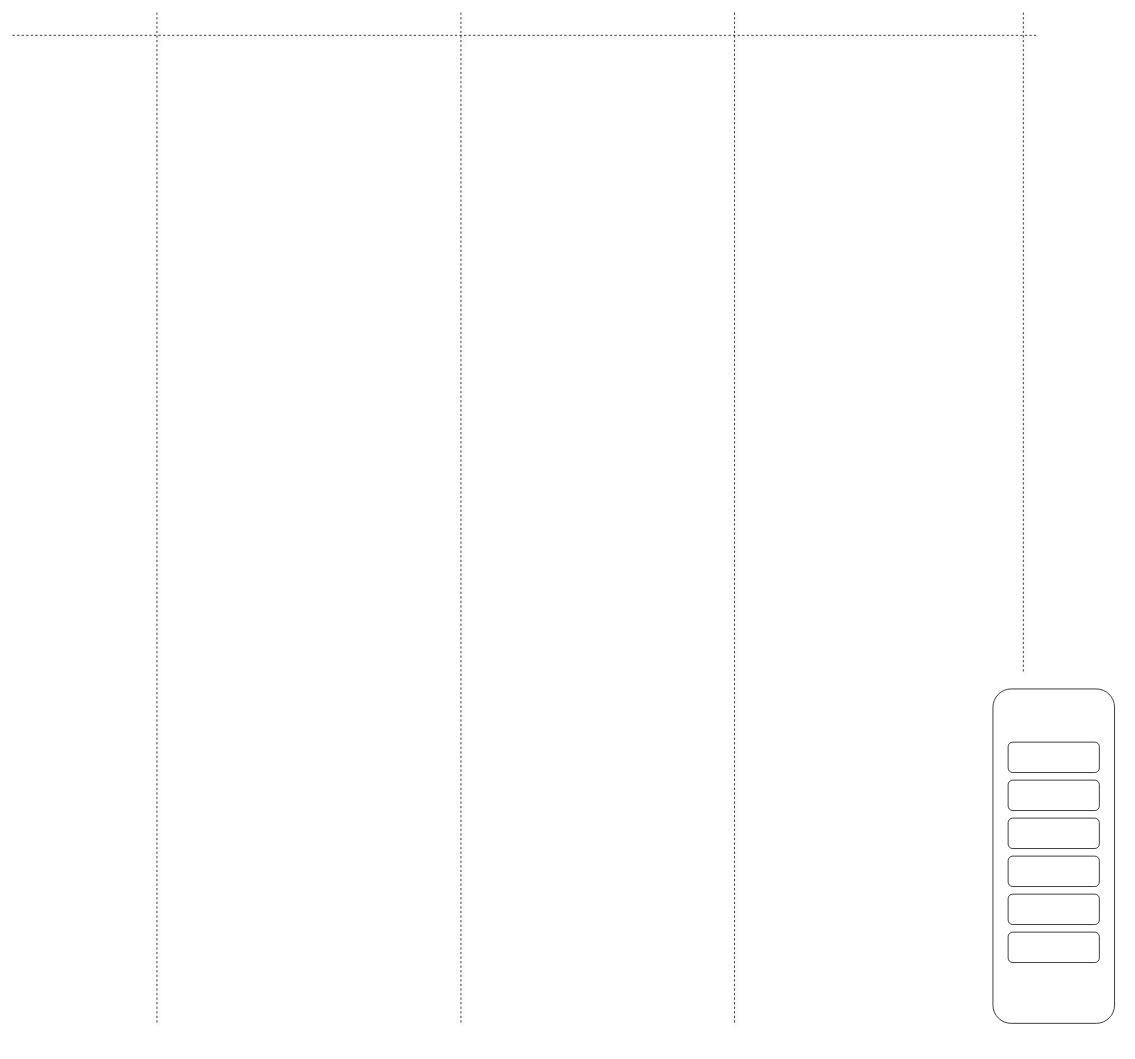
The draw.io diagram Template/Template.drawio in MahtraDR/dr-spell-trees, before the edit. Source tidied: cells renumbered, new cells numbered last; positions are measured from the earlier drawing's top-left corner, leaving out a move shared by most shapes. Both pictures are drawn from the tidied source at 76%, with x=0, y=0 at pixel (12, 12).
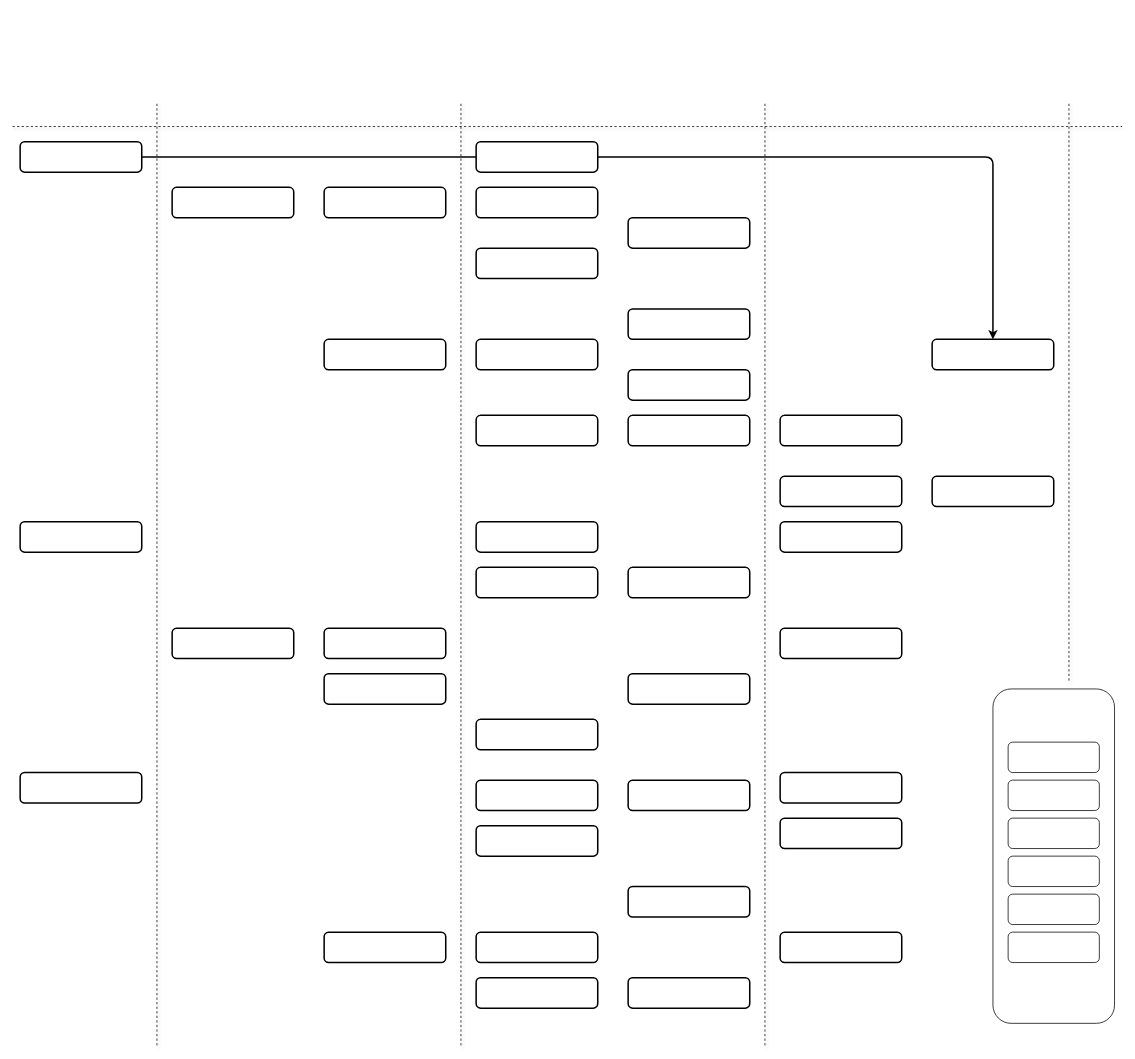
The same diagram, later.

The edit, as a diff of the source:
```diff
@@
     <mxCell id="2" style="html=1;rounded=0;strokeWidth=1;endArrow=none;endFill=0;dashed=1;labelBackgroundColor=none;shadow=1;fontColor=default;" parent="1" edge="1">
       <mxGeometry relative="1" as="geometry">
-        <mxPoint x="190" as="sourcePoint" />
-        <mxPoint x="190" y="1330" as="targetPoint" />
+        <mxPoint x="190" y="120" as="sourcePoint" />
+        <mxPoint x="190" y="1360" as="targetPoint" />
       </mxGeometry>
     </mxCell>
     <mxCell id="3" style="html=1;rounded=0;strokeWidth=1;endArrow=none;endFill=0;dashed=1;exitX=0.633;exitY=0;exitDx=0;exitDy=0;exitPerimeter=0;labelBackgroundColor=none;shadow=1;fontColor=default;" parent="1" edge="1">
       <mxGeometry relative="1" as="geometry">
-        <mxPoint x="950" as="sourcePoint" />
-        <mxPoint x="950" y="1330" as="targetPoint" />
+        <mxPoint x="990" y="120" as="sourcePoint" />
+        <mxPoint x="990" y="1360" as="targetPoint" />
       </mxGeometry>
     </mxCell>
     <mxCell id="4" style="html=1;rounded=0;strokeWidth=1;endArrow=none;endFill=0;dashed=1;labelBackgroundColor=none;shadow=1;fontColor=default;" parent="1" edge="1">
       <mxGeometry relative="1" as="geometry">
-        <mxPoint y="30" as="sourcePoint" />
-        <mxPoint x="1350" y="30" as="targetPoint" />
+        <mxPoint y="150" as="sourcePoint" />
+        <mxPoint x="1460" y="150" as="targetPoint" />
       </mxGeometry>
     </mxCell>
     <mxCell id="5" style="html=1;rounded=0;strokeWidth=1;endArrow=none;endFill=0;dashed=1;exitX=0.633;exitY=0;exitDx=0;exitDy=0;exitPerimeter=0;labelBackgroundColor=none;shadow=1;fontColor=default;" parent="1" edge="1">
       <mxGeometry relative="1" as="geometry">
-        <mxPoint x="1330" as="sourcePoint" />
-        <mxPoint x="1330" y="870" as="targetPoint" />
+        <mxPoint x="1390" y="120" as="sourcePoint" />
+        <mxPoint x="1390" y="880" as="targetPoint" />
       </mxGeometry>
     </mxCell>
     <mxCell id="6" style="html=1;rounded=0;strokeWidth=1;endArrow=none;endFill=0;dashed=1;labelBackgroundColor=none;shadow=1;fontColor=default;" parent="1" edge="1">
       <mxGeometry relative="1" as="geometry">
-        <mxPoint x="590" as="sourcePoint" />
-        <mxPoint x="590" y="1330" as="targetPoint" />
+        <mxPoint x="590" y="120" as="sourcePoint" />
+        <mxPoint x="590" y="1360" as="targetPoint" />
       </mxGeometry>
     </mxCell>
@@
+    <mxCell id="14" parent="0" />
+    <mxCell id="15" style="rounded=1;whiteSpace=wrap;html=1;strokeWidth=2;" parent="14" vertex="1">
+      <mxGeometry x="10" y="170" width="160" height="40" as="geometry" />
+    </mxCell>
+    <mxCell id="16" style="rounded=1;whiteSpace=wrap;html=1;strokeWidth=2;" parent="14" vertex="1">
+      <mxGeometry x="610" y="170" width="160" height="40" as="geometry" />
+    </mxCell>
+    <mxCell id="17" style="rounded=1;whiteSpace=wrap;html=1;strokeWidth=2;" parent="14" vertex="1">
+      <mxGeometry x="610" y="230" width="160" height="40" as="geometry" />
+    </mxCell>
+    <mxCell id="18" style="rounded=1;whiteSpace=wrap;html=1;strokeWidth=2;" parent="14" vertex="1">
+      <mxGeometry x="610" y="310" width="160" height="40" as="geometry" />
+    </mxCell>
+    <mxCell id="19" style="rounded=1;whiteSpace=wrap;html=1;strokeWidth=2;" parent="14" vertex="1">
+      <mxGeometry x="410" y="230" width="160" height="40" as="geometry" />
+    </mxCell>
+    <mxCell id="20" style="rounded=1;whiteSpace=wrap;html=1;strokeWidth=2;" parent="14" vertex="1">
+      <mxGeometry x="210" y="230" width="160" height="40" as="geometry" />
+    </mxCell>
+    <mxCell id="21" style="rounded=1;whiteSpace=wrap;html=1;strokeWidth=2;" parent="14" vertex="1">
+      <mxGeometry x="810" y="270" width="160" height="40" as="geometry" />
+    </mxCell>
+    <mxCell id="22" style="rounded=1;whiteSpace=wrap;html=1;strokeWidth=2;" parent="14" vertex="1">
+      <mxGeometry x="810" y="390" width="160" height="40" as="geometry" />
+    </mxCell>
+    <mxCell id="23" style="rounded=1;whiteSpace=wrap;html=1;strokeWidth=2;" parent="14" vertex="1">
+      <mxGeometry x="810" y="470" width="160" height="40" as="geometry" />
+    </mxCell>
+    <mxCell id="24" style="rounded=1;whiteSpace=wrap;html=1;strokeWidth=2;" parent="14" vertex="1">
+      <mxGeometry x="810" y="530" width="160" height="40" as="geometry" />
+    </mxCell>
+    <mxCell id="25" style="rounded=1;whiteSpace=wrap;html=1;strokeWidth=2;" parent="14" vertex="1">
+      <mxGeometry x="1010" y="530" width="160" height="40" as="geometry" />
+    </mxCell>
+    <mxCell id="26" style="rounded=1;whiteSpace=wrap;html=1;strokeWidth=2;" parent="14" vertex="1">
+      <mxGeometry x="1210" y="430" width="160" height="40" as="geometry" />
+    </mxCell>
+    <mxCell id="27" style="rounded=1;whiteSpace=wrap;html=1;strokeWidth=2;" parent="14" vertex="1">
+      <mxGeometry x="610" y="430" width="160" height="40" as="geometry" />
+    </mxCell>
+    <mxCell id="28" style="rounded=1;whiteSpace=wrap;html=1;strokeWidth=2;" parent="14" vertex="1">
+      <mxGeometry x="610" y="530" width="160" height="40" as="geometry" />
+    </mxCell>
+    <mxCell id="29" style="rounded=1;whiteSpace=wrap;html=1;strokeWidth=2;" parent="14" vertex="1">
+      <mxGeometry x="410" y="430" width="160" height="40" as="geometry" />
+    </mxCell>
+    <mxCell id="30" style="rounded=1;whiteSpace=wrap;html=1;strokeWidth=2;" parent="14" vertex="1">
+      <mxGeometry x="1010" y="610" width="160" height="40" as="geometry" />
+    </mxCell>
+    <mxCell id="31" style="rounded=1;whiteSpace=wrap;html=1;strokeWidth=2;" parent="14" vertex="1">
+      <mxGeometry x="1210" y="610" width="160" height="40" as="geometry" />
+    </mxCell>
+    <mxCell id="32" style="rounded=1;whiteSpace=wrap;html=1;strokeWidth=2;" parent="14" vertex="1">
+      <mxGeometry x="1010" y="670" width="160" height="40" as="geometry" />
+    </mxCell>
+    <mxCell id="33" style="rounded=1;whiteSpace=wrap;html=1;strokeWidth=2;" parent="14" vertex="1">
+      <mxGeometry x="610" y="670" width="160" height="40" as="geometry" />
+    </mxCell>
+    <mxCell id="34" style="rounded=1;whiteSpace=wrap;html=1;strokeWidth=2;" parent="14" vertex="1">
+      <mxGeometry x="610" y="730" width="160" height="40" as="geometry" />
+    </mxCell>
+    <mxCell id="35" style="rounded=1;whiteSpace=wrap;html=1;strokeWidth=2;" parent="14" vertex="1">
+      <mxGeometry x="810" y="730" width="160" height="40" as="geometry" />
+    </mxCell>
+    <mxCell id="36" style="rounded=1;whiteSpace=wrap;html=1;strokeWidth=2;" parent="14" vertex="1">
+      <mxGeometry x="10" y="670" width="160" height="40" as="geometry" />
+    </mxCell>
+    <mxCell id="37" style="rounded=1;whiteSpace=wrap;html=1;strokeWidth=2;" parent="14" vertex="1">
+      <mxGeometry x="1010" y="810" width="160" height="40" as="geometry" />
+    </mxCell>
+    <mxCell id="38" style="rounded=1;whiteSpace=wrap;html=1;strokeWidth=2;" parent="14" vertex="1">
+      <mxGeometry x="410" y="810" width="160" height="40" as="geometry" />
+    </mxCell>
+    <mxCell id="39" style="rounded=1;whiteSpace=wrap;html=1;strokeWidth=2;" parent="14" vertex="1">
+      <mxGeometry x="210" y="810" width="160" height="40" as="geometry" />
+    </mxCell>
+    <mxCell id="40" style="rounded=1;whiteSpace=wrap;html=1;strokeWidth=2;" parent="14" vertex="1">
+      <mxGeometry x="410" y="870" width="160" height="40" as="geometry" />
+    </mxCell>
+    <mxCell id="41" style="rounded=1;whiteSpace=wrap;html=1;strokeWidth=2;" parent="14" vertex="1">
+      <mxGeometry x="810" y="870" width="160" height="40" as="geometry" />
+    </mxCell>
+    <mxCell id="42" style="rounded=1;whiteSpace=wrap;html=1;strokeWidth=2;" parent="14" vertex="1">
+      <mxGeometry x="610" y="930" width="160" height="40" as="geometry" />
+    </mxCell>
+    <mxCell id="43" style="rounded=1;whiteSpace=wrap;html=1;strokeWidth=2;" parent="14" vertex="1">
+      <mxGeometry x="810" y="1010" width="160" height="40" as="geometry" />
+    </mxCell>
+    <mxCell id="44" style="rounded=1;whiteSpace=wrap;html=1;strokeWidth=2;" parent="14" vertex="1">
+      <mxGeometry x="610" y="1010" width="160" height="40" as="geometry" />
+    </mxCell>
+    <mxCell id="45" style="rounded=1;whiteSpace=wrap;html=1;strokeWidth=2;" parent="14" vertex="1">
+      <mxGeometry x="610" y="1070" width="160" height="40" as="geometry" />
+    </mxCell>
+    <mxCell id="46" style="rounded=1;whiteSpace=wrap;html=1;strokeWidth=2;" parent="14" vertex="1">
+      <mxGeometry x="1010" y="1060" width="160" height="40" as="geometry" />
+    </mxCell>
+    <mxCell id="47" style="rounded=1;whiteSpace=wrap;html=1;strokeWidth=2;" parent="14" vertex="1">
+      <mxGeometry x="1010" y="1000" width="160" height="40" as="geometry" />
+    </mxCell>
+    <mxCell id="48" style="rounded=1;whiteSpace=wrap;html=1;strokeWidth=2;" parent="14" vertex="1">
+      <mxGeometry x="10" y="1000" width="160" height="40" as="geometry" />
+    </mxCell>
+    <mxCell id="49" style="rounded=1;whiteSpace=wrap;html=1;strokeWidth=2;" parent="14" vertex="1">
+      <mxGeometry x="810" y="1150" width="160" height="40" as="geometry" />
+    </mxCell>
+    <mxCell id="50" style="rounded=1;whiteSpace=wrap;html=1;strokeWidth=2;" parent="14" vertex="1">
+      <mxGeometry x="610" y="1210" width="160" height="40" as="geometry" />
+    </mxCell>
+    <mxCell id="51" style="rounded=1;whiteSpace=wrap;html=1;strokeWidth=2;" parent="14" vertex="1">
+      <mxGeometry x="410" y="1210" width="160" height="40" as="geometry" />
+    </mxCell>
+    <mxCell id="52" style="rounded=1;whiteSpace=wrap;html=1;strokeWidth=2;" parent="14" vertex="1">
+      <mxGeometry x="810" y="1270" width="160" height="40" as="geometry" />
+    </mxCell>
+    <mxCell id="53" style="rounded=1;whiteSpace=wrap;html=1;strokeWidth=2;" parent="14" vertex="1">
+      <mxGeometry x="610" y="1270" width="160" height="40" as="geometry" />
+    </mxCell>
+    <mxCell id="54" style="rounded=1;whiteSpace=wrap;html=1;strokeWidth=2;" parent="14" vertex="1">
+      <mxGeometry x="1010" y="1210" width="160" height="40" as="geometry" />
+    </mxCell>
+    <mxCell id="55" style="endArrow=none;html=1;rounded=0;exitX=1;exitY=0.5;exitDx=0;exitDy=0;entryX=0;entryY=0.5;entryDx=0;entryDy=0;strokeWidth=2;" parent="14" edge="1" source="15" target="16">
+      <mxGeometry relative="1" as="geometry" />
+    </mxCell>
+    <mxCell id="56" style="endArrow=classic;html=1;rounded=1;exitX=1;exitY=0.5;exitDx=0;exitDy=0;entryX=0.5;entryY=0;entryDx=0;entryDy=0;curved=0;edgeStyle=orthogonalEdgeStyle;endFill=1;strokeWidth=2;" parent="14" edge="1" source="16" target="26">
+      <mxGeometry relative="1" as="geometry" />
+    </mxCell>
```
